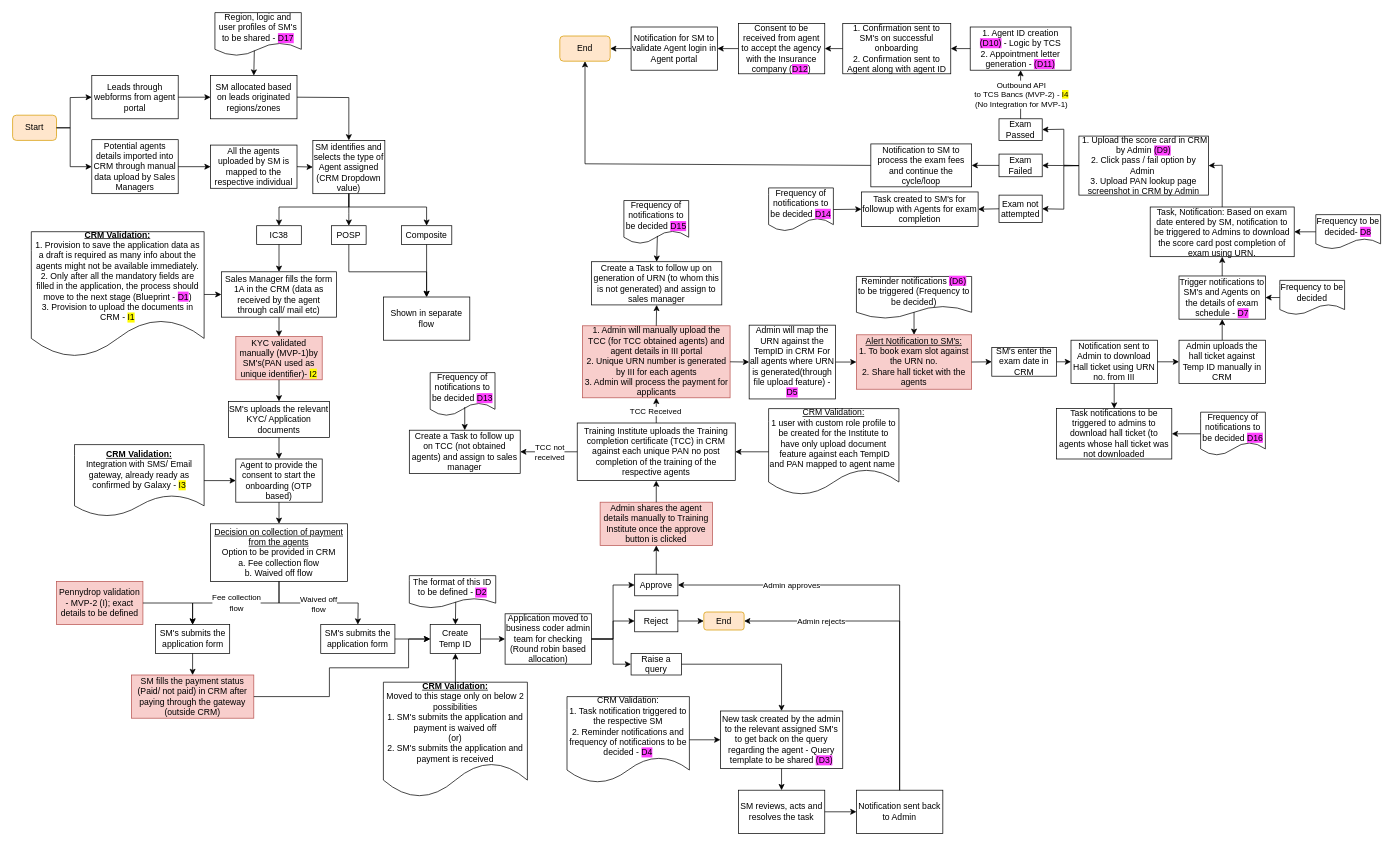
This is Agent Onboarding IC38.drawio from shaileshsreedar/Galaxy, a draw.io file, before an edit. Source tidied: cells renumbered, new cells numbered last; positions are measured from the earlier drawing's top-left corner, leaving out a move shared by most shapes. Both pictures are drawn from the tidied source at 72%, with x=0, y=0 at pixel (12, 12).
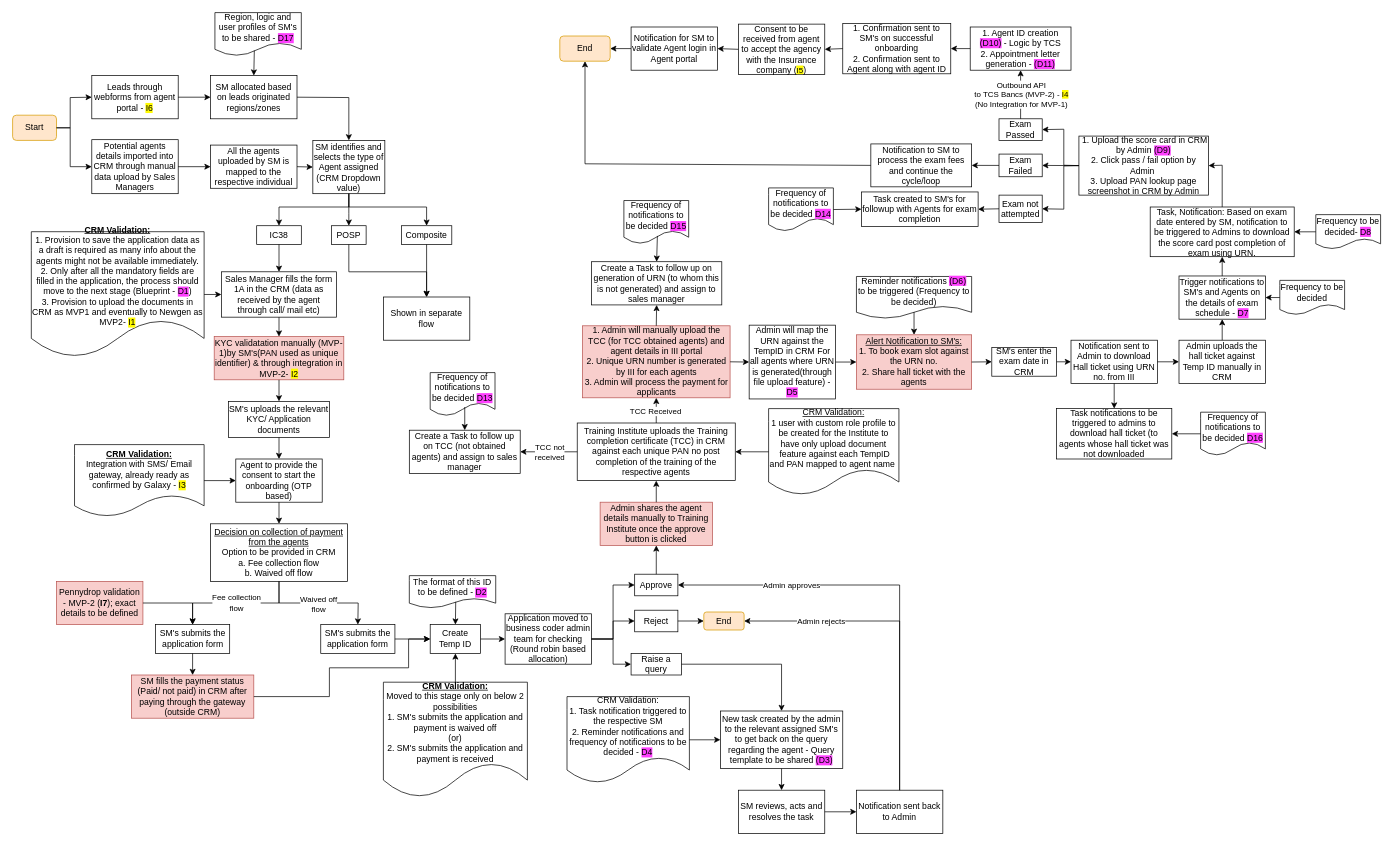
After the change.

The edit, as a diff of the source:
```diff
@@
-    <mxCell id="19" value="KYC validated manually (MVP-1)by SM's(PAN used as unique identifier)-&amp;nbsp;&lt;span style=&quot;background-color: rgb(255, 251, 0);&quot;&gt;I2&lt;/span&gt;" style="rounded=0;whiteSpace=wrap;html=1;fillColor=#f8cecc;strokeColor=#b85450;" parent="1" vertex="1">
-      <mxGeometry x="310" y="450" width="120" height="60" as="geometry" />
+    <mxCell id="19" value="KYC validatation manually (MVP-1)by SM's(PAN used as unique identifier) &amp;amp; through integration in MVP-2-&amp;nbsp;&lt;span style=&quot;background-color: rgb(255, 251, 0);&quot;&gt;I2&lt;/span&gt;" style="rounded=0;whiteSpace=wrap;html=1;fillColor=#f8cecc;strokeColor=#b85450;" parent="1" vertex="1">
+      <mxGeometry x="280" y="450" width="180" height="60" as="geometry" />
     </mxCell>
@@
-    <mxCell id="21" value="&lt;b&gt;&lt;u&gt;CRM Validation:&lt;/u&gt;&lt;/b&gt;&lt;div&gt;1. Provision to save the application data as a draft is required as many info about the agents might not be available immediately.&lt;/div&gt;&lt;div&gt;2. Only after all the mandatory fields are filled in the application, the process should move to the next stage (Blueprint - &lt;span style=&quot;background-color: rgb(255, 64, 255);&quot;&gt;D1&lt;/span&gt;)&lt;/div&gt;&lt;div&gt;3. Provision to upload the documents in CRM - &lt;span style=&quot;background-color: rgb(255, 251, 0);&quot;&gt;I1&lt;/span&gt;&lt;/div&gt;" style="shape=document;whiteSpace=wrap;html=1;boundedLbl=1;" parent="1" vertex="1">
+    <mxCell id="21" value="&lt;b&gt;&lt;u&gt;CRM Validation:&lt;/u&gt;&lt;/b&gt;&lt;div&gt;1. Provision to save the application data as a draft is required as many info about the agents might not be available immediately.&lt;/div&gt;&lt;div&gt;2. Only after all the mandatory fields are filled in the application, the process should move to the next stage (Blueprint - &lt;span style=&quot;background-color: rgb(255, 64, 255);&quot;&gt;D1&lt;/span&gt;)&lt;/div&gt;&lt;div&gt;3. Provision to upload the documents in CRM as MVP1 and eventually to Newgen as MVP2- &lt;span style=&quot;background-color: rgb(255, 251, 0);&quot;&gt;I1&lt;/span&gt;&lt;/div&gt;" style="shape=document;whiteSpace=wrap;html=1;boundedLbl=1;" parent="1" vertex="1">
       <mxGeometry x="26" y="304.3" width="240" height="174.4" as="geometry" />
     </mxCell>
@@
-    <mxCell id="115" value="Consent to be received from agent to accept the agency with the Insurance company (&lt;span style=&quot;background-color: rgb(255, 64, 255);&quot;&gt;D12&lt;/span&gt;)" style="rounded=0;whiteSpace=wrap;html=1;" parent="1" vertex="1">
-      <mxGeometry x="1008" y="15" width="120" height="70" as="geometry" />
+    <mxCell id="115" value="Consent to be received from agent to accept the agency with the Insurance company (&lt;span style=&quot;font-size: 11px; text-wrap: nowrap; background-color: rgb(255, 251, 0);&quot;&gt;I5&lt;/span&gt;)" style="rounded=0;whiteSpace=wrap;html=1;" parent="1" vertex="1">
+      <mxGeometry x="1008" y="16" width="120" height="70" as="geometry" />
     </mxCell>
@@
-    <mxCell id="117" value="Pennydrop validation - MVP-2 (I); exact details to be defined" style="rounded=0;whiteSpace=wrap;html=1;fillColor=#f8cecc;strokeColor=#b85450;" parent="1" vertex="1">
+    <mxCell id="117" value="Pennydrop validation - MVP-2 (&lt;b&gt;I7&lt;/b&gt;); exact details to be defined" style="rounded=0;whiteSpace=wrap;html=1;fillColor=#f8cecc;strokeColor=#b85450;" parent="1" vertex="1">
       <mxGeometry x="61" y="790" width="120" height="60" as="geometry" />
     </mxCell>
@@
-    <mxCell id="138" value="Leads through webforms from agent portal" style="rounded=0;whiteSpace=wrap;html=1;" parent="1" vertex="1">
+    <mxCell id="138" value="Leads through webforms from agent portal -&amp;nbsp;&lt;span style=&quot;background-color: rgb(255, 251, 0);&quot;&gt;I6&lt;/span&gt;" style="rounded=0;whiteSpace=wrap;html=1;" parent="1" vertex="1">
       <mxGeometry x="110" y="87.5" width="120" height="60" as="geometry" />
     </mxCell>
```
